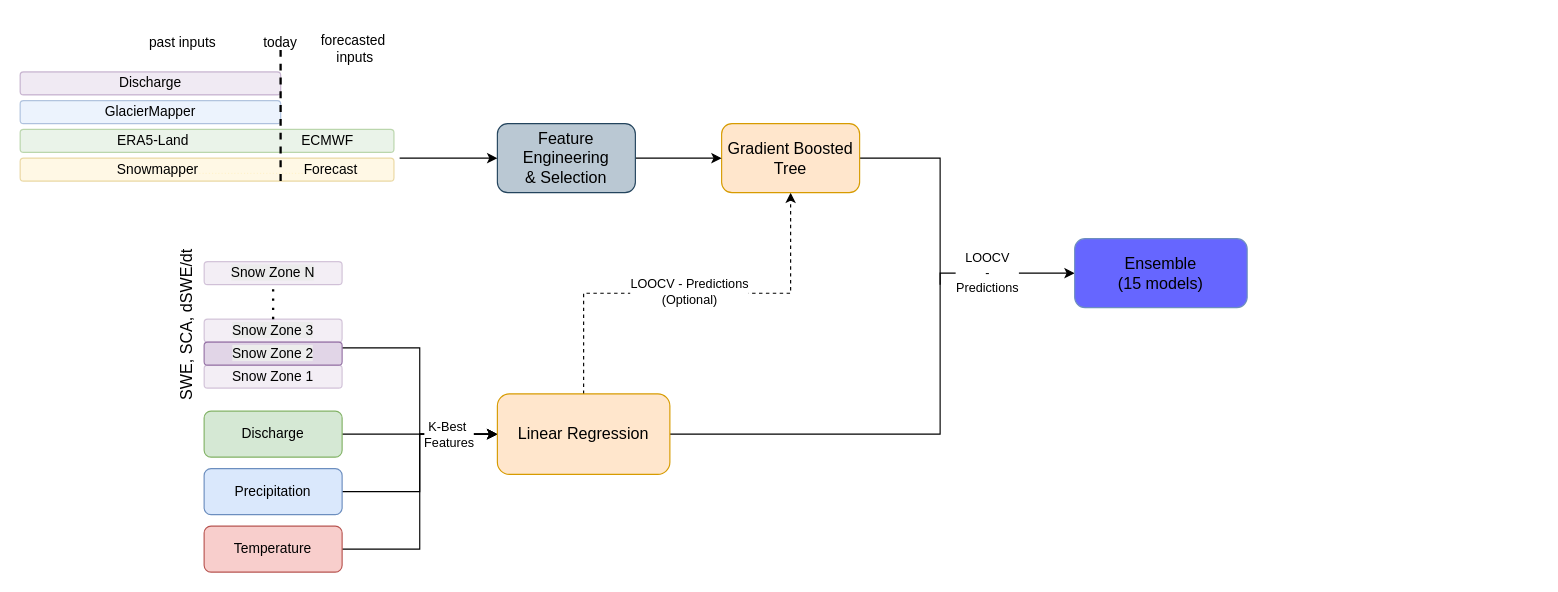
This is docs/Monthly_Workflow_updated.drawio from hydrosolutions/long-term-forecasting, a draw.io file, before an edit. Source tidied: cells renumbered, new cells numbered last; positions are measured from the earlier drawing's top-left corner, leaving out a move shared by most shapes. Both pictures are drawn from the tidied source at 115%, with x=0, y=0 at pixel (20, 20).
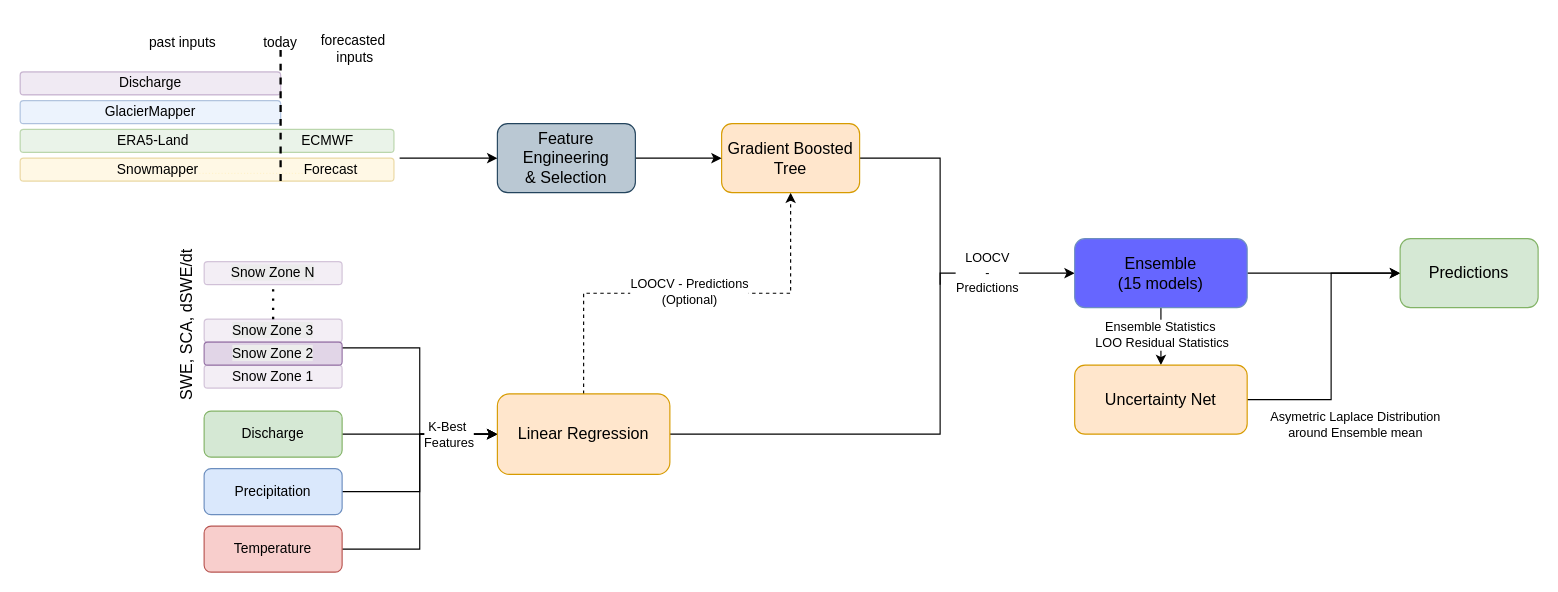
The same page after the edit.

The change refers to these unchanged cells:
```xml
<mxCell id="35" value="&lt;font style=&quot;font-size: 14px;&quot;&gt;Ensemble&lt;/font&gt;&lt;div&gt;&lt;font style=&quot;font-size: 14px;&quot;&gt;(15 models)&lt;/font&gt;&lt;/div&gt;" style="rounded=1;whiteSpace=wrap;html=1;fillColor=#6666FF;strokeColor=#6c8ebf;" parent="1" vertex="1">
  <mxGeometry x="917" y="190" width="150" height="60" as="geometry" />
</mxCell>
```

Diff of the diagram source:
```diff
@@
+    <mxCell id="36" style="edgeStyle=orthogonalEdgeStyle;rounded=0;jettySize=auto;html=1;exitX=0.5;exitY=1;exitDx=0;exitDy=0;entryX=0.5;entryY=0;entryDx=0;entryDy=0;" parent="1" edge="1" source="35" target="41">
+      <mxGeometry relative="1" as="geometry" />
+    </mxCell>
+    <mxCell id="37" value="Ensemble Statistics&amp;nbsp;&lt;div&gt;LOO Residual Statistics&lt;/div&gt;" style="edgeLabel;html=1;align=center;verticalAlign=middle;" parent="36" vertex="1">
+      <mxGeometry x="-0.1" relative="1" as="geometry" />
+    </mxCell>
+    <mxCell id="38" style="edgeStyle=orthogonalEdgeStyle;rounded=0;jettySize=auto;html=1;" parent="1" edge="1" source="35">
+      <mxGeometry relative="1" as="geometry">
+        <mxPoint x="1200" y="220" as="targetPoint" />
+      </mxGeometry>
+    </mxCell>
@@
+    <mxCell id="39" style="edgeStyle=orthogonalEdgeStyle;rounded=0;jettySize=auto;html=1;entryX=0;entryY=0.5;entryDx=0;entryDy=0;" parent="1" edge="1" source="41" target="42">
+      <mxGeometry relative="1" as="geometry">
+        <Array as="points">
+          <mxPoint x="1140" y="330" />
+          <mxPoint x="1140" y="220" />
+        </Array>
+      </mxGeometry>
+    </mxCell>
+    <mxCell id="40" value="Asymetric Laplace Distribution&lt;div&gt;around Ensemble mean&lt;/div&gt;" style="edgeLabel;html=1;align=center;verticalAlign=middle;" parent="39" vertex="1">
+      <mxGeometry x="-0.12" relative="1" as="geometry">
+        <mxPoint x="20" y="55" as="offset" />
+      </mxGeometry>
+    </mxCell>
+    <mxCell id="41" value="&lt;font style=&quot;font-size: 14px;&quot;&gt;Uncertainty Net&lt;/font&gt;" style="rounded=1;whiteSpace=wrap;html=1;fillColor=#ffe6cc;strokeColor=#d79b00;" parent="1" vertex="1">
+      <mxGeometry x="917" y="300" width="150" height="60" as="geometry" />
+    </mxCell>
+    <mxCell id="42" value="&lt;font style=&quot;font-size: 14px;&quot;&gt;Predictions&lt;/font&gt;" style="rounded=1;whiteSpace=wrap;html=1;fillColor=#d5e8d4;strokeColor=#82b366;" parent="1" vertex="1">
+      <mxGeometry x="1200" y="190" width="120" height="60" as="geometry" />
+    </mxCell>
```
